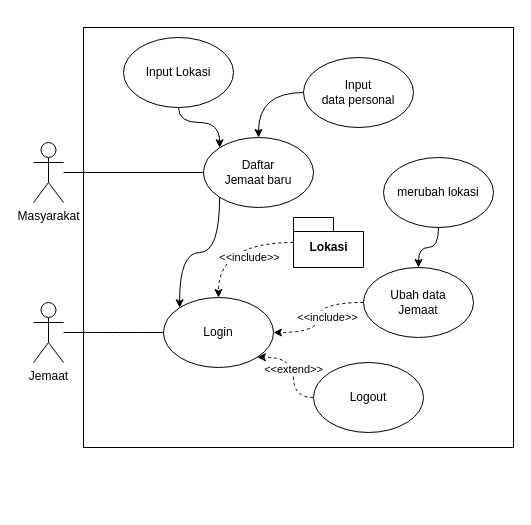
The draw.io diagram page "Page-1" (1 of 3) of UseCaseDiagram.drawio in Raymond-15/requirements, before the edit. Source tidied: cells renumbered, new cells numbered last; positions are measured from the earlier drawing's top-left corner, leaving out a move shared by most shapes. Both pictures are drawn from the tidied source at 100%, with x=0, y=0 at pixel (33, 27).
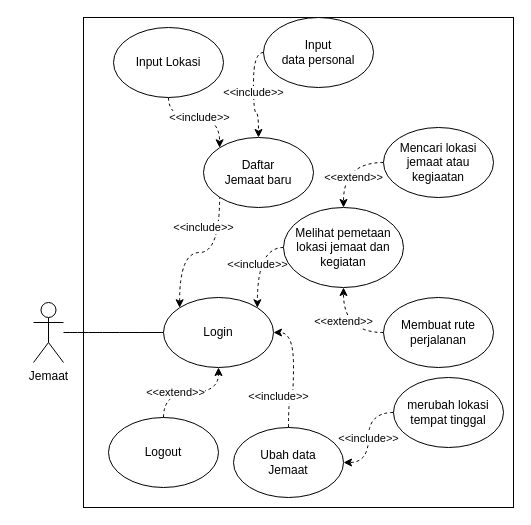
The same page after the edit.

Unchanged cells that the change refers to:
```xml
<mxCell id="6" value="Daftar &lt;br&gt;Jemaat baru" style="ellipse;whiteSpace=wrap;html=1;" parent="1" vertex="1">
  <mxGeometry x="170" y="110" width="110" height="70" as="geometry" />
</mxCell>
<mxCell id="9" value="Login" style="ellipse;whiteSpace=wrap;html=1;" parent="1" vertex="1">
  <mxGeometry x="130" y="270" width="110" height="70" as="geometry" />
</mxCell>
```

Diff of the diagram source:
```diff
@@
     <mxCell id="2" style="rounded=0;whiteSpace=wrap;html=1;fillColor=none;" parent="1" vertex="1">
-      <mxGeometry x="50" width="430" height="420" as="geometry" />
+      <mxGeometry x="50" y="-10" width="430" height="490" as="geometry" />
     </mxCell>
-    <mxCell id="3" style="edgeStyle=orthogonalEdgeStyle;rounded=0;jettySize=auto;html=1;entryX=0;entryY=1;entryDx=0;entryDy=0;endArrow=none;endFill=0;exitX=0;exitY=0;exitDx=0;exitDy=0;curved=1;startArrow=classic;startFill=1;" parent="1" edge="1" source="9" target="6">
-      <mxGeometry relative="1" as="geometry" />
+    <mxCell id="3" value="&amp;lt;&amp;lt;include&amp;gt;&amp;gt;" style="edgeStyle=orthogonalEdgeStyle;rounded=0;jettySize=auto;html=1;entryX=0;entryY=1;entryDx=0;entryDy=0;endArrow=none;endFill=0;exitX=0;exitY=0;exitDx=0;exitDy=0;curved=1;startArrow=classic;startFill=1;dashed=1;" parent="1" edge="1" source="9" target="6">
+      <mxGeometry x="0.6" y="16" relative="1" as="geometry" />
     </mxCell>
@@
     <mxCell id="8" value="Ubah data&lt;br&gt;Jemaat" style="ellipse;whiteSpace=wrap;html=1;" parent="1" vertex="1">
-      <mxGeometry x="330" y="240" width="110" height="70" as="geometry" />
+      <mxGeometry x="200" y="400" width="110" height="70" as="geometry" />
     </mxCell>
@@
-    <mxCell id="10" value="&amp;lt;&amp;lt;extend&amp;gt;&amp;gt;" style="edgeStyle=orthogonalEdgeStyle;rounded=0;jettySize=auto;html=1;entryX=1;entryY=1;entryDx=0;entryDy=0;curved=1;dashed=1;" parent="1" edge="1" source="11" target="9">
-      <mxGeometry relative="1" as="geometry" />
+    <mxCell id="10" value="&amp;lt;&amp;lt;extend&amp;gt;&amp;gt;" style="edgeStyle=orthogonalEdgeStyle;rounded=0;jettySize=auto;html=1;entryX=0.5;entryY=1;entryDx=0;entryDy=0;curved=1;dashed=1;" parent="1" edge="1" source="11" target="9">
+      <mxGeometry x="-0.29" relative="1" as="geometry" />
     </mxCell>
     <mxCell id="11" value="Logout" style="ellipse;whiteSpace=wrap;html=1;" parent="1" vertex="1">
-      <mxGeometry x="280" y="335" width="110" height="70" as="geometry" />
+      <mxGeometry x="75" y="390" width="110" height="70" as="geometry" />
     </mxCell>
-    <mxCell id="12" style="endArrow=classic;html=1;rounded=0;exitX=0.5;exitY=1;exitDx=0;exitDy=0;entryX=0;entryY=0;entryDx=0;entryDy=0;jumpStyle=arc;jumpSize=27;endFill=1;edgeStyle=orthogonalEdgeStyle;curved=1;" parent="1" edge="1" source="13" target="6">
+    <mxCell id="12" value="&amp;lt;&amp;lt;include&amp;gt;&amp;gt;" style="endArrow=classic;html=1;rounded=0;exitX=0.5;exitY=1;exitDx=0;exitDy=0;entryX=0;entryY=0;entryDx=0;entryDy=0;jumpStyle=arc;jumpSize=27;endFill=1;edgeStyle=orthogonalEdgeStyle;curved=1;dashed=1;" parent="1" edge="1" source="13" target="6">
       <mxGeometry relative="1" as="geometry" />
     </mxCell>
     <mxCell id="13" value="Input Lokasi" style="ellipse;whiteSpace=wrap;html=1;" parent="1" vertex="1">
-      <mxGeometry x="90" y="10" width="110" height="70" as="geometry" />
+      <mxGeometry x="80" width="110" height="70" as="geometry" />
     </mxCell>
     <mxCell id="14" value="Input &lt;br&gt;data personal" style="ellipse;whiteSpace=wrap;html=1;" parent="1" vertex="1">
-      <mxGeometry x="270" y="30" width="110" height="70" as="geometry" />
+      <mxGeometry x="230" y="-10" width="110" height="70" as="geometry" />
     </mxCell>
-    <mxCell id="15" style="endArrow=classic;html=1;rounded=0;exitX=0;exitY=0.5;exitDx=0;exitDy=0;entryX=0.5;entryY=0;entryDx=0;entryDy=0;jumpStyle=arc;jumpSize=27;endFill=1;edgeStyle=orthogonalEdgeStyle;curved=1;" parent="1" edge="1" source="14" target="6">
+    <mxCell id="15" value="&amp;lt;&amp;lt;include&amp;gt;&amp;gt;" style="endArrow=classic;html=1;rounded=0;exitX=0;exitY=0.5;exitDx=0;exitDy=0;entryX=0.5;entryY=0;entryDx=0;entryDy=0;jumpStyle=arc;jumpSize=27;endFill=1;edgeStyle=orthogonalEdgeStyle;curved=1;dashed=1;" parent="1" edge="1" source="14" target="6">
       <mxGeometry relative="1" as="geometry" />
     </mxCell>
-    <mxCell id="16" value="&amp;lt;&amp;lt;include&amp;gt;&amp;gt;" style="edgeStyle=orthogonalEdgeStyle;rounded=0;jettySize=auto;html=1;entryX=0.5;entryY=0;entryDx=0;entryDy=0;curved=1;dashed=1;" parent="1" edge="1" source="17" target="9">
-      <mxGeometry x="-0.33" y="15" relative="1" as="geometry" />
-    </mxCell>
-    <mxCell id="17" value="Lokasi" style="shape=folder;fontStyle=1;spacingTop=10;tabWidth=40;tabHeight=14;tabPosition=left;html=1;" parent="1" vertex="1">
-      <mxGeometry x="260" y="190" width="70" height="50" as="geometry" />
-    </mxCell>
-    <mxCell id="18" style="edgeStyle=none;rounded=0;jumpStyle=arc;jumpSize=27;jettySize=auto;html=1;entryX=0;entryY=0.5;entryDx=0;entryDy=0;endArrow=none;endFill=0;" parent="1" edge="1" source="19" target="6">
-      <mxGeometry relative="1" as="geometry" />
-    </mxCell>
-    <mxCell id="19" value="Masyarakat" style="shape=umlActor;verticalLabelPosition=bottom;verticalAlign=top;html=1;outlineConnect=0;" parent="1" vertex="1">
-      <mxGeometry y="115" width="30" height="60" as="geometry" />
-    </mxCell>
-    <mxCell id="20" style="edgeStyle=orthogonalEdgeStyle;rounded=0;jettySize=auto;html=1;entryX=0.5;entryY=0;entryDx=0;entryDy=0;curved=1;" parent="1" edge="1" source="21" target="8">
-      <mxGeometry relative="1" as="geometry" />
+    <mxCell id="20" value="&amp;lt;&amp;lt;include&amp;gt;&amp;gt;" style="edgeStyle=orthogonalEdgeStyle;rounded=0;jettySize=auto;html=1;entryX=1;entryY=0.5;entryDx=0;entryDy=0;curved=1;dashed=1;" parent="1" edge="1" source="21" target="8">
+      <mxGeometry x="0.01" relative="1" as="geometry" />
     </mxCell>
-    <mxCell id="21" value="merubah lokasi" style="ellipse;whiteSpace=wrap;html=1;" parent="1" vertex="1">
-      <mxGeometry x="350" y="130" width="110" height="70" as="geometry" />
+    <mxCell id="21" value="merubah lokasi tempat tinggal" style="ellipse;whiteSpace=wrap;html=1;" parent="1" vertex="1">
+      <mxGeometry x="360" y="350" width="110" height="70" as="geometry" />
     </mxCell>
+    <mxCell id="16" value="&amp;lt;&amp;lt;include&amp;gt;&amp;gt;" style="edgeStyle=orthogonalEdgeStyle;rounded=0;jettySize=auto;html=1;exitX=0;exitY=0.5;exitDx=0;exitDy=0;entryX=1;entryY=0;entryDx=0;entryDy=0;curved=1;dashed=1;" parent="1" edge="1" source="22" target="9">
+      <mxGeometry relative="1" as="geometry" />
+    </mxCell>
+    <mxCell id="22" value="Melihat pemetaan lokasi jemaat dan kegiatan" style="ellipse;whiteSpace=wrap;html=1;" parent="1" vertex="1">
+      <mxGeometry x="250" y="180" width="120" height="80" as="geometry" />
+    </mxCell>
+    <mxCell id="23" value="&amp;lt;&amp;lt;extend&amp;gt;&amp;gt;" style="edgeStyle=orthogonalEdgeStyle;rounded=0;jettySize=auto;html=1;exitX=0;exitY=0.5;exitDx=0;exitDy=0;entryX=0.5;entryY=0;entryDx=0;entryDy=0;curved=1;dashed=1;" parent="1" edge="1" source="24" target="22">
+      <mxGeometry x="0.29" y="10" relative="1" as="geometry" />
+    </mxCell>
+    <mxCell id="24" value="Mencari lokasi jemaat atau kegiaatan" style="ellipse;whiteSpace=wrap;html=1;" parent="1" vertex="1">
+      <mxGeometry x="350" y="100" width="110" height="70" as="geometry" />
+    </mxCell>
+    <mxCell id="25" value="&amp;lt;&amp;lt;extend&amp;gt;&amp;gt;" style="edgeStyle=orthogonalEdgeStyle;rounded=0;jettySize=auto;html=1;exitX=0;exitY=0.5;exitDx=0;exitDy=0;entryX=0.5;entryY=1;entryDx=0;entryDy=0;curved=1;dashed=1;" parent="1" edge="1" source="26" target="22">
+      <mxGeometry x="0.2" relative="1" as="geometry" />
+    </mxCell>
+    <mxCell id="26" value="Membuat rute perjalanan" style="ellipse;whiteSpace=wrap;html=1;" parent="1" vertex="1">
+      <mxGeometry x="350" y="270" width="110" height="70" as="geometry" />
+    </mxCell>
```
